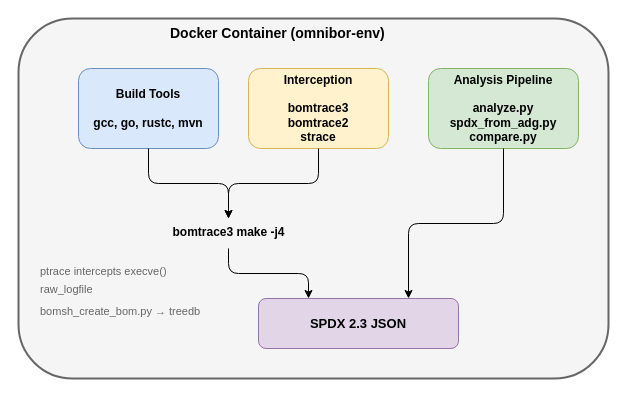
tedg-dev/bisbom-gen keeps this draw.io diagram as docs/sidecar/sidecar-standalone-architecture.drawio. Above is the earlier version. Source tidied: cells renumbered, new cells numbered last; positions are measured from the earlier drawing's top-left corner, leaving out a move shared by most shapes. Both pictures are drawn from the tidied source at 100%, with x=0, y=0 at pixel (18, 18).
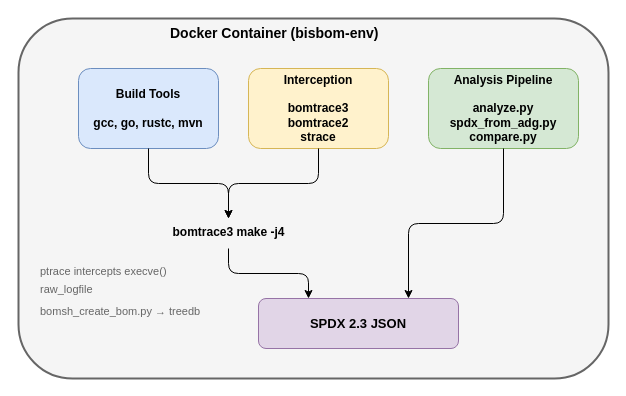
After the change.

The edit, as a diff of the source:
```diff
@@
 <mxGraphModel>
   <root>
     <mxCell id="0" />
     <mxCell id="1" parent="0" />
     <mxCell id="2" style="rounded=1;whiteSpace=wrap;html=1;fillColor=#f5f5f5;strokeColor=#666666;strokeWidth=2;dashed=0;" parent="1" vertex="1">
       <mxGeometry width="590" height="360" as="geometry" />
     </mxCell>
-    <mxCell id="3" value="Docker Container (omnibor-env)" style="text;html=1;fontSize=14;fontStyle=1;align=left;verticalAlign=top;" parent="1" vertex="1">
+    <mxCell id="3" value="Docker Container (bisbom-env)" style="text;html=1;fontSize=14;fontStyle=1;align=left;verticalAlign=top;" parent="1" vertex="1">
       <mxGeometry x="150" width="300" height="30" as="geometry" />
     </mxCell>
     <mxCell id="4" value="Build Tools&#10;&#10;gcc, go, rustc, mvn" style="rounded=1;whiteSpace=wrap;html=1;fillColor=#dae8fc;strokeColor=#6c8ebf;fontSize=12;fontStyle=1;verticalAlign=middle;" parent="1" vertex="1">
       <mxGeometry x="60" y="50" width="140" height="80" as="geometry" />
     </mxCell>
     <mxCell id="5" value="Interception&#10;&#10;bomtrace3&#10;bomtrace2&#10;strace" style="rounded=1;whiteSpace=wrap;html=1;fillColor=#fff2cc;strokeColor=#d6b656;fontSize=12;fontStyle=1;verticalAlign=middle;" parent="1" vertex="1">
       <mxGeometry x="230" y="50" width="140" height="80" as="geometry" />
     </mxCell>
     <mxCell id="6" value="Analysis Pipeline&#10;&#10;analyze.py&#10;spdx_from_adg.py&#10;compare.py" style="rounded=1;whiteSpace=wrap;html=1;fillColor=#d5e8d4;strokeColor=#82b366;fontSize=12;fontStyle=1;verticalAlign=middle;" parent="1" vertex="1">
       <mxGeometry x="410" y="50" width="150" height="80" as="geometry" />
     </mxCell>
     <mxCell id="7" value="bomtrace3 make -j4" style="text;html=1;fontSize=12;fontStyle=1;align=center;" parent="1" vertex="1">
       <mxGeometry x="110" y="200" width="200" height="30" as="geometry" />
     </mxCell>
     <mxCell id="8" style="edgeStyle=orthogonalEdgeStyle;exitX=0.5;exitY=1;" parent="1" edge="1" source="4" target="7">
       <mxGeometry relative="1" as="geometry" />
     </mxCell>
     <mxCell id="9" style="edgeStyle=orthogonalEdgeStyle;exitX=0.5;exitY=1;" parent="1" edge="1" source="5" target="7">
       <mxGeometry relative="1" as="geometry" />
     </mxCell>
     <mxCell id="10" value="ptrace intercepts execve()" style="text;html=1;fontSize=11;align=left;fontColor=#666666;" parent="1" vertex="1">
       <mxGeometry x="20" y="240" width="180" height="25" as="geometry" />
     </mxCell>
     <mxCell id="11" value="raw_logfile" style="text;html=1;fontSize=11;align=left;fontColor=#666666;" parent="1" vertex="1">
       <mxGeometry x="20" y="258" width="170" height="25" as="geometry" />
     </mxCell>
     <mxCell id="12" value="bomsh_create_bom.py → treedb" style="text;html=1;fontSize=11;align=left;fontColor=#666666;" parent="1" vertex="1">
       <mxGeometry x="20" y="280" width="170" height="25" as="geometry" />
     </mxCell>
     <mxCell id="13" value="SPDX 2.3 JSON" style="rounded=1;whiteSpace=wrap;html=1;fillColor=#e1d5e7;strokeColor=#9673a6;fontSize=13;fontStyle=1;" parent="1" vertex="1">
       <mxGeometry x="240" y="280" width="200" height="50" as="geometry" />
     </mxCell>
     <mxCell id="14" style="edgeStyle=orthogonalEdgeStyle;exitX=0.5;exitY=1;exitDx=0;exitDy=0;entryX=0.25;entryY=0;entryDx=0;entryDy=0;" parent="1" edge="1" source="7" target="13">
       <mxGeometry relative="1" as="geometry" />
     </mxCell>
     <mxCell id="15" style="edgeStyle=orthogonalEdgeStyle;entryX=0.75;entryY=0;entryDx=0;entryDy=0;" parent="1" edge="1" source="6" target="13">
       <mxGeometry relative="1" as="geometry" />
     </mxCell>
   </root>
 </mxGraphModel>
```
